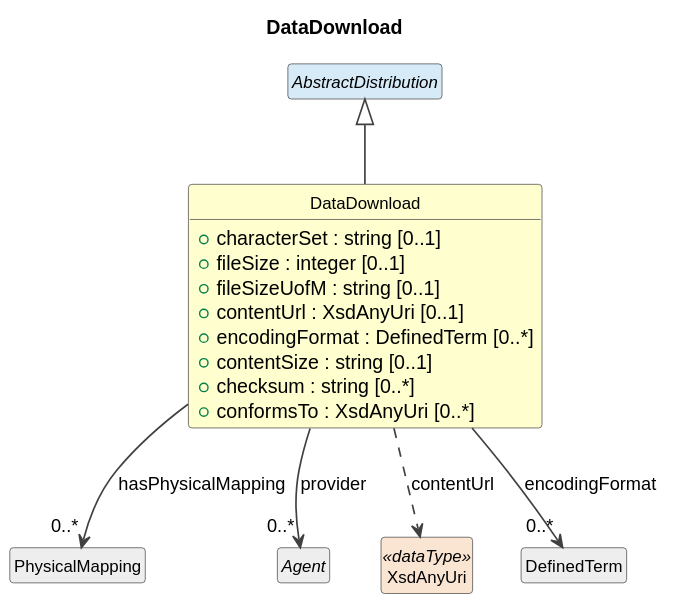
Earlier version of the PlantUML export cdif-uml-model/CDIFDataStructure/Classes/DataDownload.svg (Cross-Domain-Interoperability-Framework/metadataBuildingBlocks). Its diagram source:
```plantuml
@startuml
title DataDownload
hide circle
hide empty members
skinparam shadowing false
skinparam ArrowThickness 1.2
skinparam class {
  ArrowColor #404040
  BorderColor #404040
  FontSize 12
}

class "DataDownload" as DataDownload #FEFECE {
  +characterSet : string [0..1]
  +fileSize : integer [0..1]
  +fileSizeUofM : string [0..1]
  +contentUrl : XsdAnyUri [0..1]
  +encodingFormat : DefinedTerm [0..*]
  +contentSize : string [0..1]
  +checksum : string [0..*]
  +conformsTo : XsdAnyUri [0..*]
}
abstract class "AbstractDistribution" as AbstractDistribution #D6EAF8
AbstractDistribution <|-- DataDownload
class "PhysicalMapping" as PhysicalMapping #EEEEEE
DataDownload --> "0..*" PhysicalMapping : hasPhysicalMapping
abstract class "Agent" as Agent #EEEEEE
DataDownload --> "0..*" Agent : provider
class "XsdAnyUri" as XsdAnyUri <<dataType>> #FAE5D3
DataDownload ..> XsdAnyUri : contentUrl
class "DefinedTerm" as DefinedTerm #EEEEEE
DataDownload --> "0..*" DefinedTerm : encodingFormat
@enduml
```
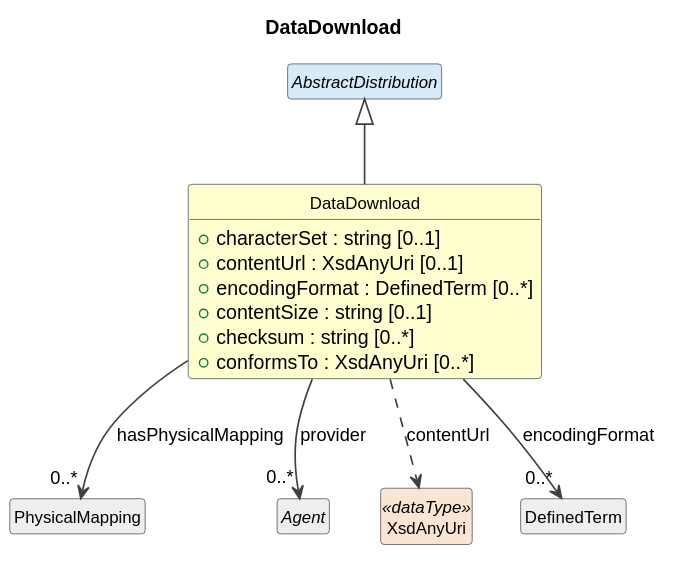
After the commit.

Commit message:
Regenerate DataDownload diagrams (drop fileSize/fileSizeUofM)

Diff of the diagram source:
```diff
@@ -12,8 +12,6 @@
 
 class "DataDownload" as DataDownload #FEFECE {
   +characterSet : string [0..1]
-  +fileSize : integer [0..1]
-  +fileSizeUofM : string [0..1]
   +contentUrl : XsdAnyUri [0..1]
   +encodingFormat : DefinedTerm [0..*]
   +contentSize : string [0..1]
```
